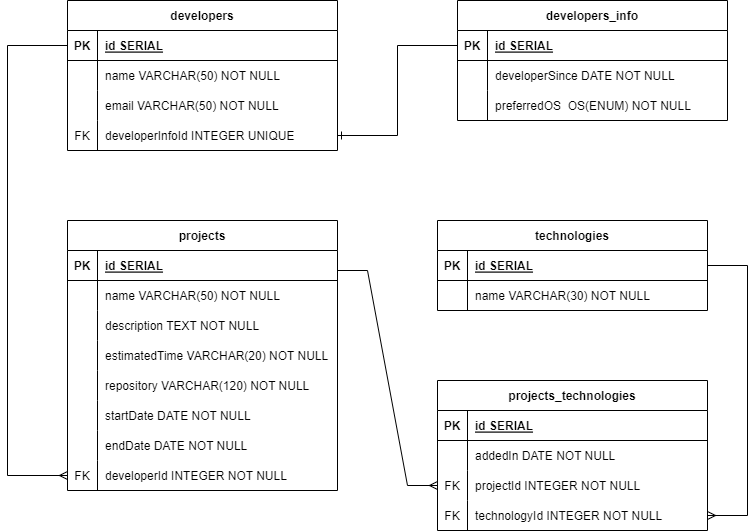
The draw.io diagram developersDER.drawio.png in LuccaHaddadSerejo/nodejs-crud-projetos_e_desenvolvedores, before a commit. Source tidied: cells renumbered, new cells last; positions are measured from the earlier drawing's top-left corner, leaving out a move shared by most shapes.
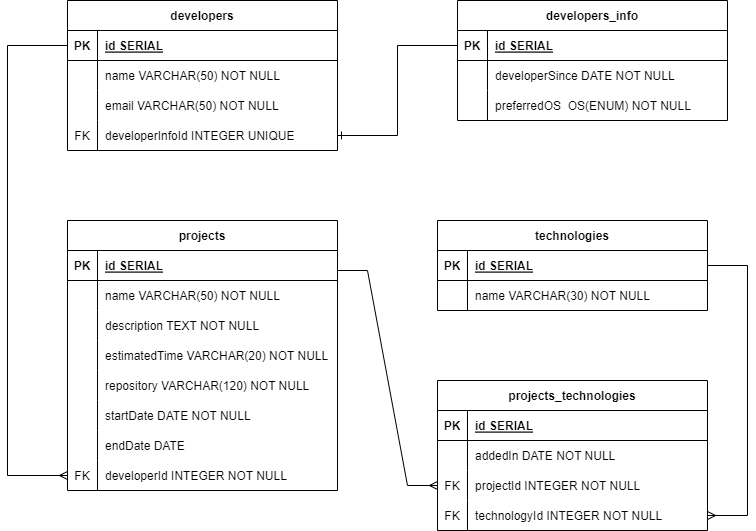
The same diagram one commit later.

Diff of the diagram source:
```diff
@@ -134,7 +134,7 @@
     <mxCell id="45" style="shape=partialRectangle;overflow=hidden;fillColor=none;top=0;left=0;bottom=0;right=0;" parent="44" vertex="1">
       <mxGeometry width="30" height="30" as="geometry" />
     </mxCell>
-    <mxCell id="46" value="endDate DATE NOT NULL" style="shape=partialRectangle;overflow=hidden;fillColor=none;top=0;left=0;bottom=0;right=0;align=left;spacingLeft=6;" parent="44" vertex="1">
+    <mxCell id="46" value="endDate DATE" style="shape=partialRectangle;overflow=hidden;fillColor=none;top=0;left=0;bottom=0;right=0;align=left;spacingLeft=6;" parent="44" vertex="1">
       <mxGeometry x="30" width="240" height="30" as="geometry" />
     </mxCell>
     <mxCell id="47" style="shape=partialRectangle;fillColor=none;points=[[0,0.5],[1,0.5]];portConstraint=eastwest;top=0;left=0;right=0;bottom=0;" parent="25" vertex="1">
```
